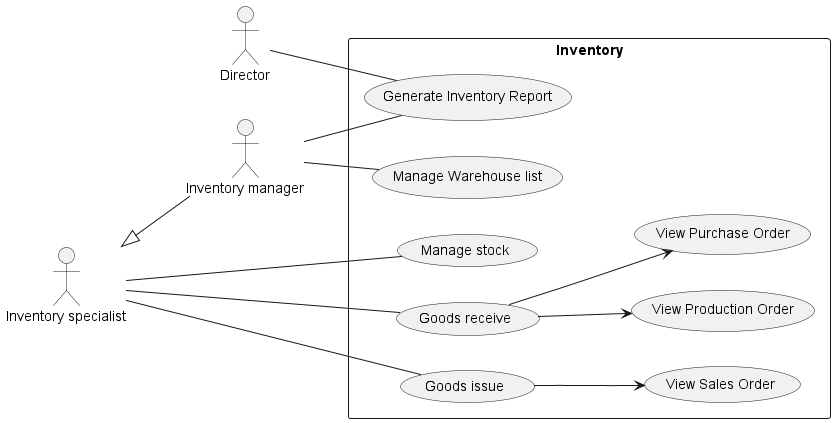
phihungha/scmss-reqs keeps this PlantUML diagram as use-cases/Inventory.png. Above is the earlier version. Its diagram source:
```plantuml
@startuml Inventory
left to right direction

:Director: as d

:Inventory manager: as im
:Inventory specialist: as is
is <|-- im

rectangle Inventory {
    is -- (Manage stock)

    is -- (Goods receive)
    (Goods receive) --> (View Purchase Order)
    (Goods receive) --> (View Production Order)

    is -- (Goods issue)
    (Goods issue) --> (View Sales Order)

    im -- (Manage Warehouse list)
    im -- (Generate Inventory Report)
    d -- (Generate Inventory Report)
}
@enduml
```
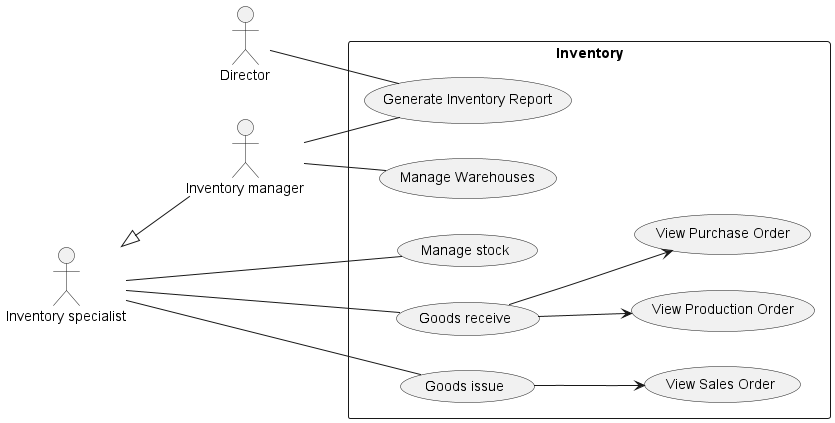
Later version of the same file.

Change to the diagram source:
```diff
@@ -17,7 +17,7 @@
     is -- (Goods issue)
     (Goods issue) --> (View Sales Order)
 
-    im -- (Manage Warehouse list)
+    im -- (Manage Warehouses)
     im -- (Generate Inventory Report)
     d -- (Generate Inventory Report)
 }
```
